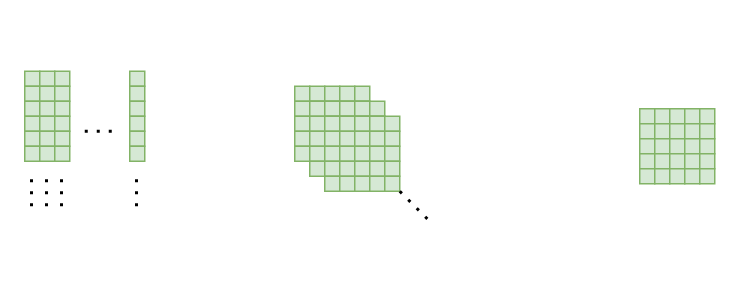
This is graph/Untitled Diagram.drawio from pengjuzhang1998/GNN-based-social-media-sentiment-analysis-for-stock-market-forecasting-and-trading, a draw.io file, before an edit. Source tidied: cells renumbered, new cells numbered last; positions are measured from the earlier drawing's top-left corner, leaving out a move shared by most shapes. Both pictures are drawn from the tidied source at 150%, with x=0, y=0 at pixel (24, 70).
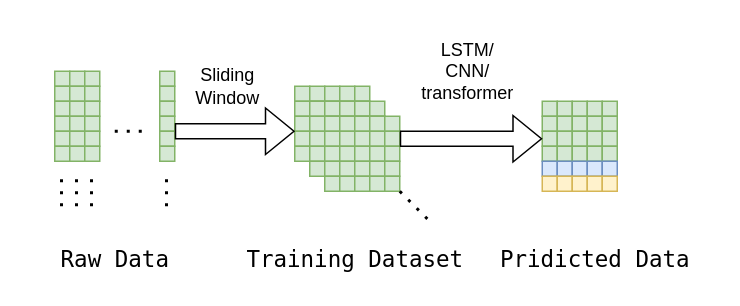
After the change.

The change refers to these unchanged cells:
```xml
<mxCell id="41" style="rounded=0;whiteSpace=wrap;html=1;fillColor=#d5e8d4;strokeColor=#82b366;" parent="37" vertex="1">
  <mxGeometry y="30" width="10" height="10" as="geometry" />
</mxCell>
<mxCell id="125" style="group;" parent="124" vertex="1">
  <mxGeometry y="10" width="50" height="50" as="geometry" />
</mxCell>
<mxCell id="128" style="rounded=0;whiteSpace=wrap;html=1;fillColor=#d5e8d4;strokeColor=#82b366;" parent="125" vertex="1">
  <mxGeometry y="20" width="10" height="10" as="geometry" />
</mxCell>
<mxCell id="141" style="group;" parent="125" vertex="1">
  <mxGeometry x="30" width="10" height="50" as="geometry" />
</mxCell>
<mxCell id="147" style="group;" parent="125" vertex="1">
  <mxGeometry x="40" width="10" height="50" as="geometry" />
</mxCell>
```

What changed in the source:
```diff
@@
     <mxCell id="2" style="group;" parent="1" vertex="1">
-      <mxGeometry width="80" height="90" as="geometry" />
+      <mxGeometry x="20" width="80" height="90" as="geometry" />
     </mxCell>
@@
     <mxCell id="124" style="group;" parent="1" vertex="1">
-      <mxGeometry x="410" y="15" width="80" height="60" as="geometry" />
+      <mxGeometry x="345" y="10" width="80" height="60" as="geometry" />
     </mxCell>
@@
-    <mxCell id="130" style="rounded=0;whiteSpace=wrap;html=1;fillColor=#d5e8d4;strokeColor=#82b366;" parent="125" vertex="1">
+    <mxCell id="130" style="rounded=0;whiteSpace=wrap;html=1;fillColor=#dae8fc;strokeColor=#6c8ebf;" parent="125" vertex="1">
       <mxGeometry y="40" width="10" height="10" as="geometry" />
     </mxCell>
@@
-    <mxCell id="135" style="rounded=0;whiteSpace=wrap;html=1;fillColor=#d5e8d4;strokeColor=#82b366;" parent="125" vertex="1">
+    <mxCell id="135" style="rounded=0;whiteSpace=wrap;html=1;fillColor=#dae8fc;strokeColor=#6c8ebf;" parent="125" vertex="1">
       <mxGeometry x="10" y="40" width="10" height="10" as="geometry" />
     </mxCell>
@@
-    <mxCell id="140" style="rounded=0;whiteSpace=wrap;html=1;fillColor=#d5e8d4;strokeColor=#82b366;" parent="125" vertex="1">
+    <mxCell id="140" style="rounded=0;whiteSpace=wrap;html=1;fillColor=#dae8fc;strokeColor=#6c8ebf;" parent="125" vertex="1">
       <mxGeometry x="20" y="40" width="10" height="10" as="geometry" />
     </mxCell>
@@
-    <mxCell id="146" style="rounded=0;whiteSpace=wrap;html=1;fillColor=#d5e8d4;strokeColor=#82b366;" parent="141" vertex="1">
+    <mxCell id="146" style="rounded=0;whiteSpace=wrap;html=1;fillColor=#dae8fc;strokeColor=#6c8ebf;" parent="141" vertex="1">
       <mxGeometry y="40" width="10" height="10" as="geometry" />
     </mxCell>
@@
-    <mxCell id="152" style="rounded=0;whiteSpace=wrap;html=1;fillColor=#d5e8d4;strokeColor=#82b366;" parent="147" vertex="1">
+    <mxCell id="152" style="rounded=0;whiteSpace=wrap;html=1;fillColor=#dae8fc;strokeColor=#6c8ebf;" parent="147" vertex="1">
       <mxGeometry y="40" width="10" height="10" as="geometry" />
     </mxCell>
+    <mxCell id="153" style="shape=flexArrow;endArrow=classic;html=1;rounded=0;entryX=0;entryY=0;entryDx=0;entryDy=0;" parent="1" edge="1" target="41">
+      <mxGeometry relative="1" as="geometry">
+        <mxPoint x="100" y="40" as="sourcePoint" />
+      </mxGeometry>
+    </mxCell>
+    <mxCell id="154" style="shape=flexArrow;endArrow=classic;html=1;rounded=0;entryX=0;entryY=0.5;entryDx=0;entryDy=0;" parent="1" edge="1" target="128">
+      <mxGeometry relative="1" as="geometry">
+        <mxPoint x="250" y="45" as="sourcePoint" />
+      </mxGeometry>
+    </mxCell>
+    <mxCell id="155" value="Sliding&lt;div&gt;Window&lt;/div&gt;" style="text;html=1;align=center;verticalAlign=middle;strokeColor=none;fillColor=none;" parent="1" vertex="1">
+      <mxGeometry x="100" y="-10" width="70" height="40" as="geometry" />
+    </mxCell>
+    <mxCell id="156" value="&lt;font face=&quot;Lucida Console&quot; style=&quot;font-size: 15px;&quot;&gt;Raw Data&lt;/font&gt;" style="text;html=1;align=center;verticalAlign=middle;strokeColor=none;fillColor=none;" parent="1" vertex="1">
+      <mxGeometry x="10" y="110" width="100" height="30" as="geometry" />
+    </mxCell>
+    <mxCell id="157" value="&lt;font face=&quot;Lucida Console&quot; style=&quot;font-size: 15px;&quot;&gt;Training Dataset&lt;/font&gt;" style="text;html=1;align=center;verticalAlign=middle;strokeColor=none;fillColor=none;" parent="1" vertex="1">
+      <mxGeometry x="135" y="110" width="170" height="30" as="geometry" />
+    </mxCell>
+    <mxCell id="158" value="&lt;font face=&quot;Lucida Console&quot; style=&quot;font-size: 15px;&quot;&gt;Pridicted Data&lt;/font&gt;" style="text;html=1;align=center;verticalAlign=middle;strokeColor=none;fillColor=none;" parent="1" vertex="1">
+      <mxGeometry x="305" y="110" width="150" height="30" as="geometry" />
+    </mxCell>
+    <mxCell id="159" value="LSTM/&lt;div&gt;CNN/&lt;/div&gt;&lt;div&gt;transformer&lt;/div&gt;" style="text;html=1;align=center;verticalAlign=middle;strokeColor=none;fillColor=none;" parent="1" vertex="1">
+      <mxGeometry x="255" y="-30" width="80" height="60" as="geometry" />
+    </mxCell>
+    <mxCell id="160" style="rounded=0;whiteSpace=wrap;html=1;fillColor=#fff2cc;strokeColor=#d6b656;" parent="1" vertex="1">
+      <mxGeometry x="345" y="70" width="10" height="10" as="geometry" />
+    </mxCell>
+    <mxCell id="161" style="rounded=0;whiteSpace=wrap;html=1;fillColor=#fff2cc;strokeColor=#d6b656;" parent="1" vertex="1">
+      <mxGeometry x="355" y="70" width="10" height="10" as="geometry" />
+    </mxCell>
+    <mxCell id="162" style="rounded=0;whiteSpace=wrap;html=1;fillColor=#fff2cc;strokeColor=#d6b656;" parent="1" vertex="1">
+      <mxGeometry x="365" y="70" width="10" height="10" as="geometry" />
+    </mxCell>
+    <mxCell id="163" style="rounded=0;whiteSpace=wrap;html=1;fillColor=#fff2cc;strokeColor=#d6b656;" parent="1" vertex="1">
+      <mxGeometry x="375" y="70" width="10" height="10" as="geometry" />
+    </mxCell>
+    <mxCell id="164" style="rounded=0;whiteSpace=wrap;html=1;fillColor=#fff2cc;strokeColor=#d6b656;" parent="1" vertex="1">
+      <mxGeometry x="385" y="70" width="10" height="10" as="geometry" />
+    </mxCell>
```
